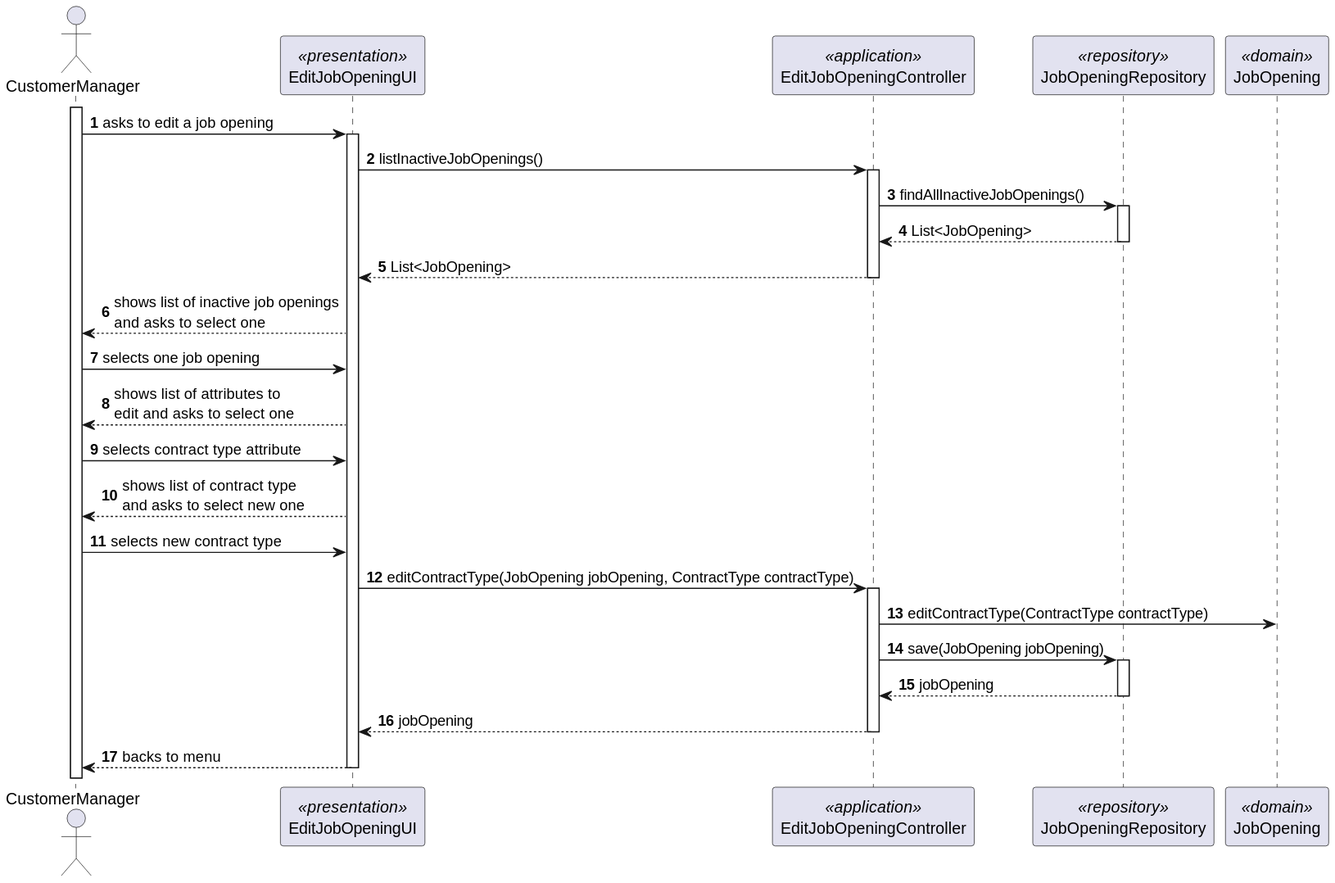
Earlier version of the PlantUML export docs/SprintC/us1004/SD/SD-Edit-Contract-Type.svg (Rodrick0209/ISEP-SEM4PI-23-24).
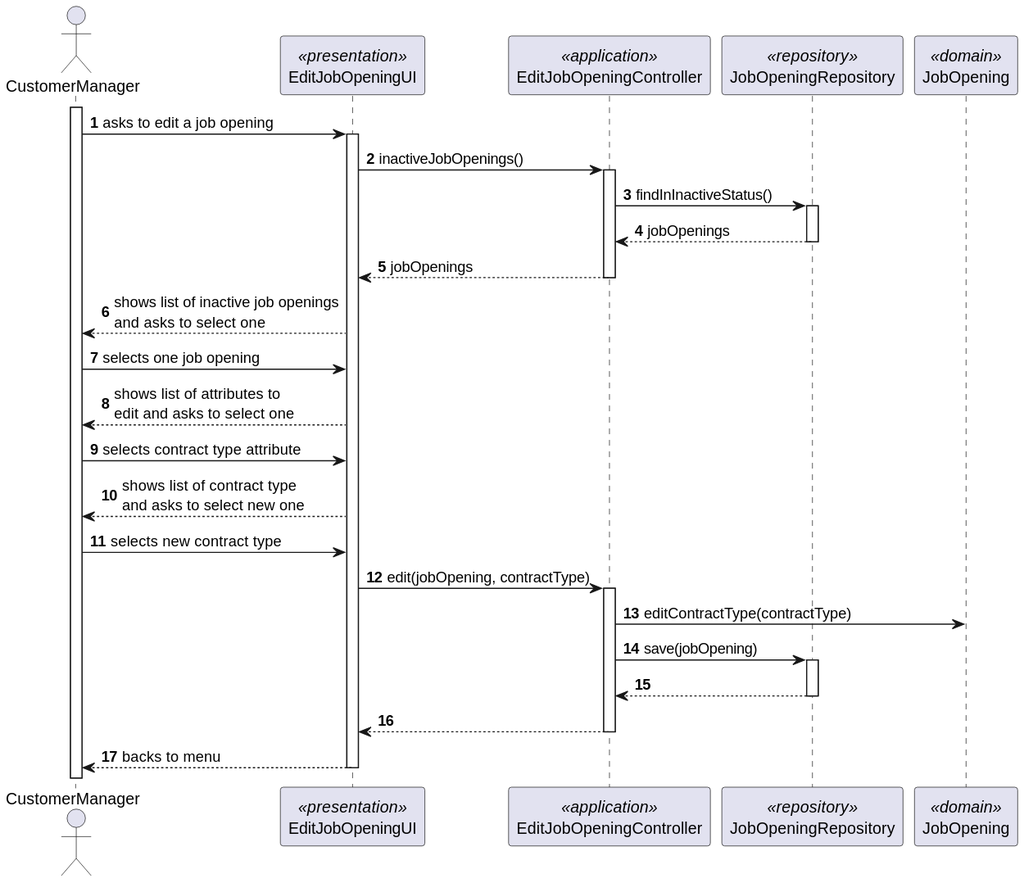
The same file after the commit.

What changed in the source:
```diff
@@ -11,13 +11,13 @@
 activate CustomerManager
 CustomerManager -> EditJobOpeningUI : asks to edit a job opening
 activate EditJobOpeningUI
-EditJobOpeningUI -> EditJobOpeningController : listInactiveJobOpenings()
+EditJobOpeningUI -> EditJobOpeningController : inactiveJobOpenings()
 activate EditJobOpeningController
-EditJobOpeningController -> JobOpeningRepository : findAllInactiveJobOpenings()
+EditJobOpeningController -> JobOpeningRepository : findInInactiveStatus()
 activate JobOpeningRepository
-JobOpeningRepository --> EditJobOpeningController : List<JobOpening>
+JobOpeningRepository --> EditJobOpeningController : jobOpenings
 deactivate JobOpeningRepository
-EditJobOpeningController --> EditJobOpeningUI : List<JobOpening>
+EditJobOpeningController --> EditJobOpeningUI : jobOpenings
 deactivate EditJobOpeningController
 EditJobOpeningUI --> CustomerManager : shows list of inactive job openings\nand asks to select one
 CustomerManager -> EditJobOpeningUI : selects one job opening
@@ -25,14 +25,14 @@
 CustomerManager -> EditJobOpeningUI : selects contract type attribute
 EditJobOpeningUI --> CustomerManager : shows list of contract type\nand asks to select new one
 CustomerManager -> EditJobOpeningUI : selects new contract type
-EditJobOpeningUI -> EditJobOpeningController : editContractType(JobOpening jobOpening, ContractType contractType)
+EditJobOpeningUI -> EditJobOpeningController : edit(jobOpening, contractType)
 activate EditJobOpeningController
-EditJobOpeningController -> JobOpening : editContractType(ContractType contractType)
-EditJobOpeningController -> JobOpeningRepository : save(JobOpening jobOpening)
+EditJobOpeningController -> JobOpening : editContractType(contractType)
+EditJobOpeningController -> JobOpeningRepository : save(jobOpening)
 activate JobOpeningRepository
-JobOpeningRepository --> EditJobOpeningController : jobOpening
+JobOpeningRepository --> EditJobOpeningController :
 deactivate JobOpeningRepository
-EditJobOpeningController --> EditJobOpeningUI : jobOpening
+EditJobOpeningController --> EditJobOpeningUI :
 deactivate EditJobOpeningController
 EditJobOpeningUI --> CustomerManager : backs to menu
 deactivate EditJobOpeningUI
```
